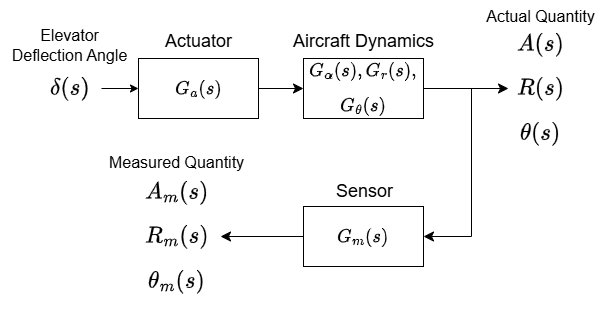
Before: latex/figs/ELE2038_H5_openLoopBlockDiagram.drawio.png, a diagram exported from draw.io (ollie3951/ELE2038-Control-H5). Source tidied: cells renumbered, new cells last; positions are measured from the earlier drawing's top-left corner, leaving out a move shared by most shapes. The source it was exported from:
```xml
<mxGraphModel math="1">
  <root>
    <mxCell id="0" />
    <mxCell id="1" parent="0" />
    <mxCell id="2" value="$$\delta(s)$$" style="text;html=1;align=center;verticalAlign=middle;points=[];strokeColor=none;fillColor=none;fontSize=20;" parent="1" vertex="1">
      <mxGeometry y="70" width="138" height="36" as="geometry" />
    </mxCell>
    <mxCell id="3" style="edgeStyle=none;curved=1;rounded=0;jettySize=auto;html=1;entryX=0;entryY=0.5;entryDx=0;entryDy=0;fontSize=12;startSize=8;endSize=8;" parent="1" edge="1" source="4" target="7">
      <mxGeometry relative="1" as="geometry" />
    </mxCell>
    <mxCell id="4" value="$$G_a(s)$$" style="rounded=0;whiteSpace=wrap;html=1;fontSize=16;" parent="1" vertex="1">
      <mxGeometry x="138" y="58" width="120" height="60" as="geometry" />
    </mxCell>
    <mxCell id="5" value="Actuator" style="text;html=1;align=center;verticalAlign=middle;strokeColor=none;fillColor=none;fontSize=18;" parent="1" vertex="1">
      <mxGeometry x="155.5" y="24" width="85" height="34" as="geometry" />
    </mxCell>
    <mxCell id="6" style="edgeStyle=none;curved=0;rounded=0;jettySize=auto;html=1;entryX=1;entryY=0.5;entryDx=0;entryDy=0;fontSize=12;startSize=8;endSize=8;" parent="1" edge="1" source="7" target="11">
      <mxGeometry relative="1" as="geometry">
        <Array as="points">
          <mxPoint x="471" y="88" />
          <mxPoint x="471" y="236" />
        </Array>
      </mxGeometry>
    </mxCell>
    <mxCell id="7" value="$$G_\alpha(s), G_r(s),$$&lt;div&gt;$$G_\theta(s)$$&lt;/div&gt;" style="rounded=0;html=1;fontSize=16;whiteSpace=wrap;" parent="1" vertex="1">
      <mxGeometry x="303" y="58" width="120" height="60" as="geometry" />
    </mxCell>
    <mxCell id="8" value="Aircraft Dynamics" style="text;html=1;align=center;verticalAlign=middle;strokeColor=none;fillColor=none;fontSize=18;" parent="1" vertex="1">
      <mxGeometry x="283.5" y="24" width="159" height="34" as="geometry" />
    </mxCell>
    <mxCell id="9" style="edgeStyle=none;curved=1;rounded=0;orthogonalLoop=1;jettySize=auto;html=1;exitX=0.25;exitY=1;exitDx=0;exitDy=0;fontSize=12;startSize=8;endSize=8;" parent="1" edge="1" source="7" target="7">
      <mxGeometry relative="1" as="geometry" />
    </mxCell>
    <mxCell id="10" style="edgeStyle=none;curved=1;rounded=0;jettySize=auto;html=1;fontSize=12;startSize=8;endSize=8;" parent="1" edge="1" source="11">
      <mxGeometry relative="1" as="geometry">
        <mxPoint x="220" y="236" as="targetPoint" />
      </mxGeometry>
    </mxCell>
    <mxCell id="11" value="$$G_m(s)$$" style="rounded=0;whiteSpace=wrap;html=1;fontSize=16;" parent="1" vertex="1">
      <mxGeometry x="303" y="206" width="120" height="60" as="geometry" />
    </mxCell>
    <mxCell id="12" value="Sensor" style="text;html=1;align=center;verticalAlign=middle;strokeColor=none;fillColor=none;fontSize=18;" parent="1" vertex="1">
      <mxGeometry x="326.5" y="174" width="75" height="34" as="geometry" />
    </mxCell>
    <mxCell id="13" value="$$A_m(s)$$&lt;div&gt;&lt;span style=&quot;background-color: transparent; color: light-dark(rgb(0, 0, 0), rgb(255, 255, 255));&quot;&gt;$$R_m(s)$$&lt;/span&gt;&lt;div&gt;$$\theta_m(s)$$&lt;/div&gt;&lt;/div&gt;" style="text;html=1;align=center;verticalAlign=middle;strokeColor=none;fillColor=none;fontSize=20;rotation=0;" parent="1" vertex="1">
      <mxGeometry x="94" y="176.5" width="164" height="119" as="geometry" />
    </mxCell>
    <mxCell id="14" style="edgeStyle=none;curved=1;rounded=0;orthogonalLoop=1;jettySize=auto;html=1;fontSize=12;startSize=8;endSize=8;startArrow=classic;startFill=1;endArrow=none;" parent="1" edge="1">
      <mxGeometry relative="1" as="geometry">
        <mxPoint x="508" y="88" as="sourcePoint" />
        <mxPoint x="424.4" y="88" as="targetPoint" />
      </mxGeometry>
    </mxCell>
    <mxCell id="15" value="$$A(s)$$&lt;div&gt;$$R(s)$$&lt;/div&gt;&lt;div&gt;&lt;span style=&quot;background-color: transparent; color: light-dark(rgb(0, 0, 0), rgb(255, 255, 255));&quot;&gt;$$\theta(s)$$&lt;/span&gt;&lt;/div&gt;" style="text;html=1;align=center;verticalAlign=middle;strokeColor=none;fillColor=none;fontSize=20;" parent="1" vertex="1">
      <mxGeometry x="472" y="30" width="136" height="116" as="geometry" />
    </mxCell>
    <mxCell id="16" style="edgeStyle=none;curved=1;rounded=0;jettySize=auto;html=1;fontSize=12;startArrow=classic;startFill=1;endArrow=none;" parent="1" edge="1" source="4">
      <mxGeometry relative="1" as="geometry">
        <mxPoint x="101" y="88" as="targetPoint" />
      </mxGeometry>
    </mxCell>
    <mxCell id="17" value="Actual Quantity" style="text;html=1;align=center;verticalAlign=middle;strokeColor=none;fillColor=none;fontSize=16;" parent="1" vertex="1">
      <mxGeometry x="476.5" width="127" height="31" as="geometry" />
    </mxCell>
    <mxCell id="18" value="Measured Quantity" style="text;html=1;align=center;verticalAlign=middle;strokeColor=none;fillColor=none;fontSize=16;" parent="1" vertex="1">
      <mxGeometry x="99.5" y="146" width="153" height="31" as="geometry" />
    </mxCell>
    <mxCell id="19" value="E&lt;span style=&quot;background-color: transparent; color: light-dark(rgb(0, 0, 0), rgb(255, 255, 255));&quot;&gt;levator&lt;/span&gt;&lt;div&gt;&lt;span style=&quot;background-color: transparent; color: light-dark(rgb(0, 0, 0), rgb(255, 255, 255));&quot;&gt;Deflection Angle&lt;/span&gt;&lt;/div&gt;" style="text;html=1;align=center;verticalAlign=middle;strokeColor=none;fillColor=none;fontSize=16;" parent="1" vertex="1">
      <mxGeometry x="2" y="20" width="134" height="50" as="geometry" />
    </mxCell>
  </root>
</mxGraphModel>
```
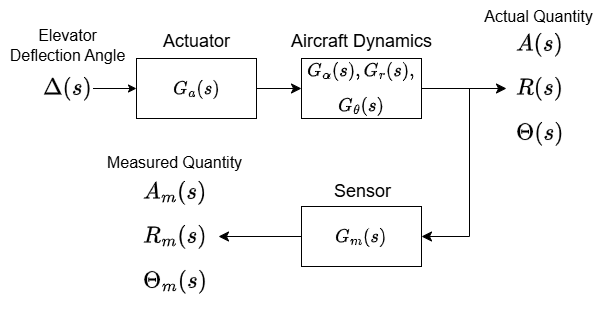
After the change.

The edit, as a diff of the source:
```diff
@@ -2,8 +2,8 @@
   <root>
     <mxCell id="0" />
     <mxCell id="1" parent="0" />
-    <mxCell id="2" value="$$\delta(s)$$" style="text;html=1;align=center;verticalAlign=middle;points=[];strokeColor=none;fillColor=none;fontSize=20;" parent="1" vertex="1">
-      <mxGeometry y="70" width="138" height="36" as="geometry" />
+    <mxCell id="2" value="$$\Delta(s)$$" style="text;html=1;align=center;verticalAlign=middle;points=[];strokeColor=none;fillColor=none;fontSize=20;" parent="1" vertex="1">
+      <mxGeometry x="43.5" y="70" width="51" height="36" as="geometry" />
     </mxCell>
     <mxCell id="3" style="edgeStyle=none;curved=1;rounded=0;jettySize=auto;html=1;entryX=0;entryY=0.5;entryDx=0;entryDy=0;fontSize=12;startSize=8;endSize=8;" parent="1" edge="1" source="4" target="7">
       <mxGeometry relative="1" as="geometry" />
@@ -42,8 +42,8 @@
     <mxCell id="12" value="Sensor" style="text;html=1;align=center;verticalAlign=middle;strokeColor=none;fillColor=none;fontSize=18;" parent="1" vertex="1">
       <mxGeometry x="326.5" y="174" width="75" height="34" as="geometry" />
     </mxCell>
-    <mxCell id="13" value="$$A_m(s)$$&lt;div&gt;&lt;span style=&quot;background-color: transparent; color: light-dark(rgb(0, 0, 0), rgb(255, 255, 255));&quot;&gt;$$R_m(s)$$&lt;/span&gt;&lt;div&gt;$$\theta_m(s)$$&lt;/div&gt;&lt;/div&gt;" style="text;html=1;align=center;verticalAlign=middle;strokeColor=none;fillColor=none;fontSize=20;rotation=0;" parent="1" vertex="1">
-      <mxGeometry x="94" y="176.5" width="164" height="119" as="geometry" />
+    <mxCell id="13" value="$$A_m(s)$$&lt;div&gt;&lt;span style=&quot;background-color: transparent; color: light-dark(rgb(0, 0, 0), rgb(255, 255, 255));&quot;&gt;$$R_m(s)$$&lt;/span&gt;&lt;div&gt;$$\Theta_m(s)$$&lt;/div&gt;&lt;/div&gt;" style="text;html=1;align=center;verticalAlign=middle;strokeColor=none;fillColor=none;fontSize=20;rotation=0;" parent="1" vertex="1">
+      <mxGeometry x="91" y="177.2" width="170" height="117.5" as="geometry" />
     </mxCell>
     <mxCell id="14" style="edgeStyle=none;curved=1;rounded=0;orthogonalLoop=1;jettySize=auto;html=1;fontSize=12;startSize=8;endSize=8;startArrow=classic;startFill=1;endArrow=none;" parent="1" edge="1">
       <mxGeometry relative="1" as="geometry">
@@ -51,13 +51,11 @@
         <mxPoint x="424.4" y="88" as="targetPoint" />
       </mxGeometry>
     </mxCell>
-    <mxCell id="15" value="$$A(s)$$&lt;div&gt;$$R(s)$$&lt;/div&gt;&lt;div&gt;&lt;span style=&quot;background-color: transparent; color: light-dark(rgb(0, 0, 0), rgb(255, 255, 255));&quot;&gt;$$\theta(s)$$&lt;/span&gt;&lt;/div&gt;" style="text;html=1;align=center;verticalAlign=middle;strokeColor=none;fillColor=none;fontSize=20;" parent="1" vertex="1">
-      <mxGeometry x="472" y="30" width="136" height="116" as="geometry" />
+    <mxCell id="15" value="$$A(s)$$&lt;div&gt;$$R(s)$$&lt;/div&gt;&lt;div&gt;&lt;span style=&quot;background-color: transparent; color: light-dark(rgb(0, 0, 0), rgb(255, 255, 255));&quot;&gt;$$\Theta(s)$$&lt;/span&gt;&lt;/div&gt;" style="text;html=1;align=center;verticalAlign=middle;strokeColor=none;fillColor=none;fontSize=20;" parent="1" vertex="1">
+      <mxGeometry x="469" y="46" width="143" height="84" as="geometry" />
     </mxCell>
-    <mxCell id="16" style="edgeStyle=none;curved=1;rounded=0;jettySize=auto;html=1;fontSize=12;startArrow=classic;startFill=1;endArrow=none;" parent="1" edge="1" source="4">
-      <mxGeometry relative="1" as="geometry">
-        <mxPoint x="101" y="88" as="targetPoint" />
-      </mxGeometry>
+    <mxCell id="16" style="edgeStyle=none;curved=1;rounded=0;jettySize=auto;html=1;fontSize=12;startArrow=classic;startFill=1;endArrow=none;" parent="1" edge="1" source="4" target="2">
+      <mxGeometry relative="1" as="geometry" />
     </mxCell>
     <mxCell id="17" value="Actual Quantity" style="text;html=1;align=center;verticalAlign=middle;strokeColor=none;fillColor=none;fontSize=16;" parent="1" vertex="1">
       <mxGeometry x="476.5" width="127" height="31" as="geometry" />
```
